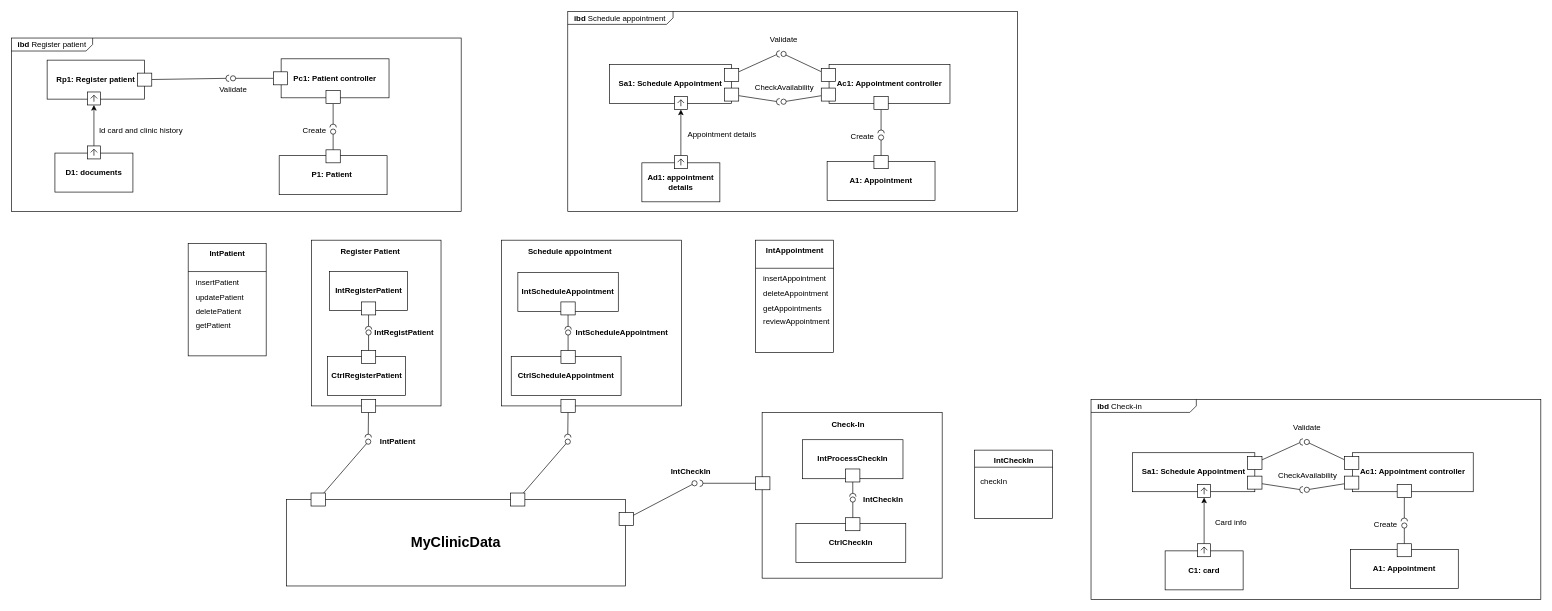
Above: Diagrams/Development/IBD development.drawio in RafaelCMira/myclinic-msp-project (draw.io), before the change. Source tidied: cells renumbered, new cells numbered last; positions are measured from the earlier drawing's top-left corner, leaving out a move shared by most shapes. Both pictures are drawn from the tidied source at 65%, with x=0, y=0 at pixel (11, 11).
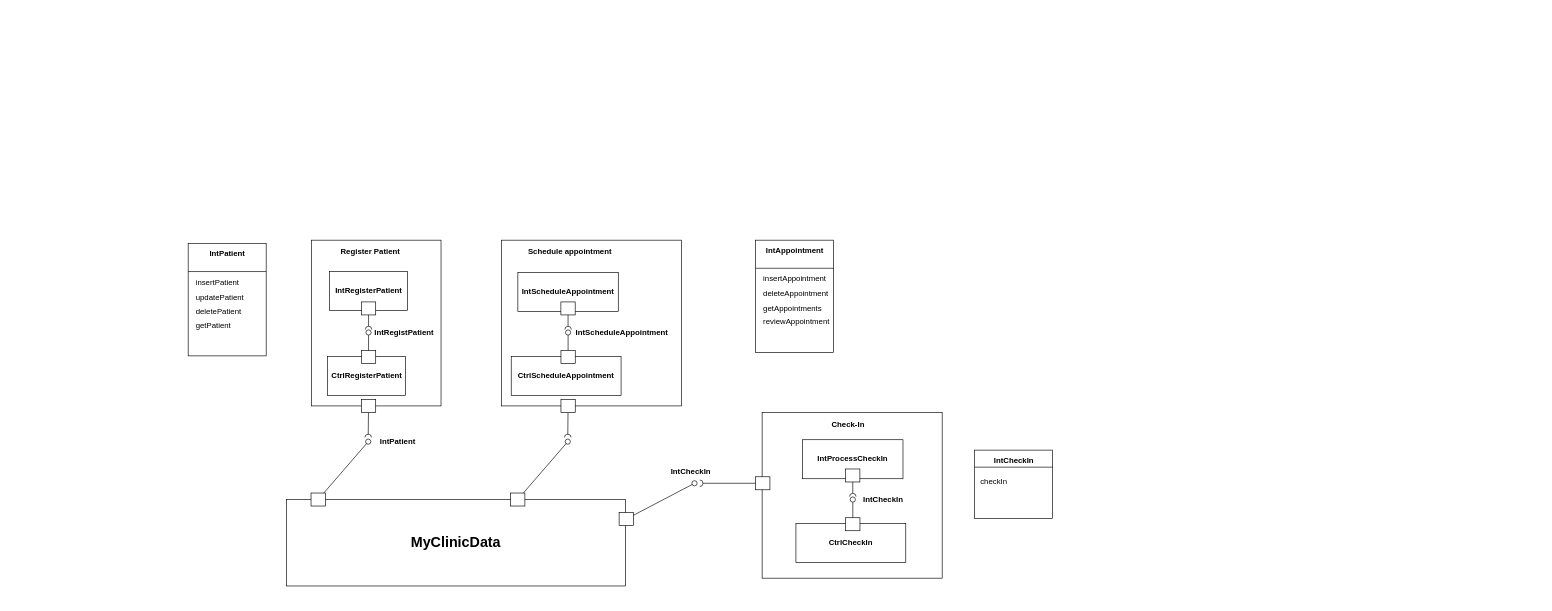
The same page after the edit.

Diff of the diagram source:
```diff
@@
-    <mxCell id="3" value="&lt;p style=&quot;margin:0px;margin-top:4px;margin-left:10px;text-align:left;&quot;&gt;&lt;b&gt;ibd&lt;/b&gt;&amp;nbsp;Schedule appointment&lt;/p&gt;" style="html=1;shape=mxgraph.sysml.package;labelX=162.01;align=left;spacingLeft=10;html=1;overflow=fill;whiteSpace=wrap;" parent="1" vertex="1">
-      <mxGeometry x="856" width="692" height="308" as="geometry" />
-    </mxCell>
-    <mxCell id="4" value="&lt;p style=&quot;margin:0px;margin-top:4px;margin-left:10px;text-align:left;&quot;&gt;&lt;b&gt;ibd&lt;/b&gt;&amp;nbsp;Register patient&lt;/p&gt;" style="html=1;shape=mxgraph.sysml.package;labelX=125.6;align=left;spacingLeft=10;html=1;overflow=fill;whiteSpace=wrap;" parent="1" vertex="1">
-      <mxGeometry y="41" width="692" height="267" as="geometry" />
-    </mxCell>
@@
-    <mxCell id="25" style="rounded=0;jettySize=auto;html=1;" parent="1" edge="1" source="28" target="42">
-      <mxGeometry relative="1" as="geometry" />
-    </mxCell>
-    <mxCell id="26" style="group;" parent="1" vertex="1">
-      <mxGeometry x="67" y="207" width="120" height="71" as="geometry" />
-    </mxCell>
-    <mxCell id="27" value="&lt;b&gt;D1: documents&lt;/b&gt;" style="rounded=0;whiteSpace=wrap;html=1;fillColor=none;" parent="26" vertex="1">
-      <mxGeometry y="11" width="120" height="60" as="geometry" />
-    </mxCell>
-    <mxCell id="28" style="html=1;shape=mxgraph.sysml.port;sysMLPortType=flowN;" parent="26" vertex="1">
-      <mxGeometry x="50" width="20" height="20" as="geometry" />
-    </mxCell>
-    <mxCell id="29" value="Id card and clinic history" style="text;html=1;align=center;verticalAlign=middle;strokeColor=none;fillColor=none;" parent="1" vertex="1">
-      <mxGeometry x="125" y="171" width="147" height="26" as="geometry" />
-    </mxCell>
-    <mxCell id="30" style="endArrow=none;html=1;rounded=0;align=center;verticalAlign=top;endFill=0;labelBackgroundColor=none;endSize=2;" parent="1" edge="1" source="46" target="31">
-      <mxGeometry relative="1" as="geometry" />
-    </mxCell>
-    <mxCell id="31" style="ellipse;html=1;fontSize=11;align=center;fillColor=none;points=[];verticalAlign=bottom;labelPosition=center;verticalLabelPosition=top;flipH=1;" parent="1" vertex="1">
-      <mxGeometry x="337" y="99" width="8" height="8" as="geometry" />
-    </mxCell>
-    <mxCell id="32" style="endArrow=none;html=1;rounded=0;align=center;verticalAlign=top;endFill=0;labelBackgroundColor=none;endSize=2;" parent="1" edge="1" source="43" target="33">
-      <mxGeometry relative="1" as="geometry" />
-    </mxCell>
-    <mxCell id="33" style="shape=requiredInterface;html=1;fontSize=11;align=center;fillColor=none;points=[];verticalAlign=bottom;labelPosition=center;verticalLabelPosition=top;flipH=1;rotation=0;" parent="1" vertex="1">
-      <mxGeometry x="330" y="98" width="5" height="10" as="geometry" />
-    </mxCell>
-    <mxCell id="34" value="Validate" style="text;html=1;align=center;verticalAlign=middle;strokeColor=none;fillColor=none;" parent="1" vertex="1">
-      <mxGeometry x="311" y="107" width="60" height="26" as="geometry" />
-    </mxCell>
-    <mxCell id="35" style="endArrow=none;html=1;rounded=0;align=center;verticalAlign=top;endFill=0;labelBackgroundColor=none;endSize=2;" parent="1" edge="1" source="50" target="36">
-      <mxGeometry relative="1" as="geometry" />
-    </mxCell>
-    <mxCell id="36" style="ellipse;html=1;fontSize=11;align=center;fillColor=none;points=[];verticalAlign=bottom;labelPosition=center;verticalLabelPosition=top;flipH=1;" parent="1" vertex="1">
-      <mxGeometry x="491" y="181" width="8" height="8" as="geometry" />
-    </mxCell>
-    <mxCell id="37" style="endArrow=none;html=1;rounded=0;align=center;verticalAlign=top;endFill=0;labelBackgroundColor=none;endSize=2;" parent="1" edge="1" source="47" target="38">
-      <mxGeometry relative="1" as="geometry" />
-    </mxCell>
-    <mxCell id="38" style="shape=requiredInterface;html=1;fontSize=11;align=center;fillColor=none;points=[];verticalAlign=bottom;labelPosition=center;verticalLabelPosition=top;flipH=1;rotation=90;" parent="1" vertex="1">
-      <mxGeometry x="492.5" y="171" width="5" height="10" as="geometry" />
-    </mxCell>
-    <mxCell id="39" value="Create" style="text;html=1;align=center;verticalAlign=middle;strokeColor=none;fillColor=none;" parent="1" vertex="1">
-      <mxGeometry x="438.5" y="171" width="54" height="26" as="geometry" />
-    </mxCell>
-    <mxCell id="40" style="group;" parent="1" vertex="1">
-      <mxGeometry x="55" y="75" width="161" height="69" as="geometry" />
-    </mxCell>
-    <mxCell id="41" value="&lt;b&gt;Rp1: Register patient&lt;/b&gt;" style="rounded=0;whiteSpace=wrap;html=1;fillColor=none;" parent="40" vertex="1">
-      <mxGeometry width="150" height="60" as="geometry" />
-    </mxCell>
-    <mxCell id="42" style="html=1;shape=mxgraph.sysml.port;sysMLPortType=flowN;" parent="40" vertex="1">
-      <mxGeometry x="62" y="49" width="20" height="20" as="geometry" />
-    </mxCell>
-    <mxCell id="43" style="html=1;rounded=0;" parent="40" vertex="1">
-      <mxGeometry x="139" y="20" width="22" height="20" as="geometry" />
-    </mxCell>
-    <mxCell id="44" style="group;" parent="1" vertex="1">
-      <mxGeometry x="403" y="73" width="178" height="69" as="geometry" />
-    </mxCell>
-    <mxCell id="45" value="&lt;b&gt;Pc1: Patient controller&lt;/b&gt;" style="rounded=0;whiteSpace=wrap;html=1;fillColor=none;" parent="44" vertex="1">
-      <mxGeometry x="12" width="166" height="60" as="geometry" />
-    </mxCell>
-    <mxCell id="46" style="html=1;rounded=0;fillColor=default;" parent="44" vertex="1">
-      <mxGeometry y="20" width="22" height="20" as="geometry" />
-    </mxCell>
-    <mxCell id="47" style="html=1;rounded=0;" parent="44" vertex="1">
-      <mxGeometry x="81" y="49" width="22" height="20" as="geometry" />
-    </mxCell>
-    <mxCell id="48" style="group;" parent="1" vertex="1">
-      <mxGeometry x="412" y="213" width="166" height="69" as="geometry" />
-    </mxCell>
-    <mxCell id="49" value="&lt;b&gt;P1: Patient&amp;nbsp;&lt;/b&gt;" style="rounded=0;whiteSpace=wrap;html=1;fillColor=none;" parent="48" vertex="1">
-      <mxGeometry y="9" width="166" height="60" as="geometry" />
-    </mxCell>
-    <mxCell id="50" style="html=1;rounded=0;fillColor=default;" parent="48" vertex="1">
-      <mxGeometry x="72" width="22" height="20" as="geometry" />
-    </mxCell>
@@
-    <mxCell id="76" style="rounded=0;jettySize=auto;html=1;" parent="1" edge="1" source="79" target="95">
-      <mxGeometry relative="1" as="geometry" />
-    </mxCell>
-    <mxCell id="77" style="group;" parent="1" vertex="1">
-      <mxGeometry x="970" y="222" width="120" height="71" as="geometry" />
-    </mxCell>
-    <mxCell id="78" value="&lt;b&gt;Ad1: appointment details&lt;/b&gt;" style="rounded=0;whiteSpace=wrap;html=1;fillColor=none;" parent="77" vertex="1">
-      <mxGeometry y="11" width="120" height="60" as="geometry" />
-    </mxCell>
-    <mxCell id="79" style="html=1;shape=mxgraph.sysml.port;sysMLPortType=flowN;" parent="77" vertex="1">
-      <mxGeometry x="50" width="20" height="20" as="geometry" />
-    </mxCell>
-    <mxCell id="80" value="Appointment details" style="text;html=1;align=center;verticalAlign=middle;strokeColor=none;fillColor=none;" parent="1" vertex="1">
-      <mxGeometry x="1031" y="177" width="123" height="26" as="geometry" />
-    </mxCell>
-    <mxCell id="81" style="endArrow=none;html=1;rounded=0;align=center;verticalAlign=top;endFill=0;labelBackgroundColor=none;endSize=2;" parent="1" edge="1" source="98" target="82">
-      <mxGeometry relative="1" as="geometry" />
-    </mxCell>
-    <mxCell id="82" style="ellipse;html=1;fontSize=11;align=center;fillColor=none;points=[];verticalAlign=bottom;labelPosition=center;verticalLabelPosition=top;flipH=1;" parent="1" vertex="1">
-      <mxGeometry x="1184" y="61.5" width="8" height="8" as="geometry" />
-    </mxCell>
-    <mxCell id="83" style="endArrow=none;html=1;rounded=0;align=center;verticalAlign=top;endFill=0;labelBackgroundColor=none;endSize=2;" parent="1" edge="1" source="96" target="84">
-      <mxGeometry relative="1" as="geometry" />
-    </mxCell>
-    <mxCell id="84" style="shape=requiredInterface;html=1;fontSize=11;align=center;fillColor=none;points=[];verticalAlign=bottom;labelPosition=center;verticalLabelPosition=top;flipH=1;rotation=0;" parent="1" vertex="1">
-      <mxGeometry x="1177" y="60.5" width="5" height="10" as="geometry" />
-    </mxCell>
-    <mxCell id="85" value="Validate" style="text;html=1;align=center;verticalAlign=middle;strokeColor=none;fillColor=none;" parent="1" vertex="1">
-      <mxGeometry x="1158" y="30" width="60" height="26" as="geometry" />
-    </mxCell>
-    <mxCell id="86" style="endArrow=none;html=1;rounded=0;align=center;verticalAlign=top;endFill=0;labelBackgroundColor=none;endSize=2;" parent="1" edge="1" source="93" target="87">
-      <mxGeometry relative="1" as="geometry" />
-    </mxCell>
-    <mxCell id="87" style="ellipse;html=1;fontSize=11;align=center;fillColor=none;points=[];verticalAlign=bottom;labelPosition=center;verticalLabelPosition=top;flipH=1;" parent="1" vertex="1">
-      <mxGeometry x="1334" y="190" width="8" height="8" as="geometry" />
-    </mxCell>
-    <mxCell id="88" style="endArrow=none;html=1;rounded=0;align=center;verticalAlign=top;endFill=0;labelBackgroundColor=none;endSize=2;" parent="1" edge="1" source="99" target="89">
-      <mxGeometry relative="1" as="geometry" />
-    </mxCell>
-    <mxCell id="89" style="shape=requiredInterface;html=1;fontSize=11;align=center;fillColor=none;points=[];verticalAlign=bottom;labelPosition=center;verticalLabelPosition=top;flipH=1;rotation=90;" parent="1" vertex="1">
-      <mxGeometry x="1335.5" y="180" width="5" height="10" as="geometry" />
-    </mxCell>
-    <mxCell id="90" value="Create" style="text;html=1;align=center;verticalAlign=middle;strokeColor=none;fillColor=none;" parent="1" vertex="1">
-      <mxGeometry x="1281.5" y="180" width="54" height="26" as="geometry" />
-    </mxCell>
-    <mxCell id="91" style="group;" parent="1" vertex="1">
-      <mxGeometry x="1255" y="222" width="166" height="69" as="geometry" />
-    </mxCell>
-    <mxCell id="92" value="&lt;b&gt;A1: Appointment&lt;/b&gt;" style="rounded=0;whiteSpace=wrap;html=1;fillColor=none;" parent="91" vertex="1">
-      <mxGeometry y="9" width="166" height="60" as="geometry" />
-    </mxCell>
-    <mxCell id="93" style="html=1;rounded=0;fillColor=default;" parent="91" vertex="1">
-      <mxGeometry x="72" width="22" height="20" as="geometry" />
-    </mxCell>
-    <mxCell id="94" value="&lt;b&gt;Sa1: Schedule Appointment&lt;/b&gt;" style="rounded=0;whiteSpace=wrap;html=1;fillColor=none;" parent="1" vertex="1">
-      <mxGeometry x="920" y="82" width="188" height="60" as="geometry" />
-    </mxCell>
-    <mxCell id="95" style="html=1;shape=mxgraph.sysml.port;sysMLPortType=flowN;" parent="1" vertex="1">
-      <mxGeometry x="1020" y="131" width="20" height="20" as="geometry" />
-    </mxCell>
-    <mxCell id="96" style="html=1;rounded=0;" parent="1" vertex="1">
-      <mxGeometry x="1097" y="88" width="22" height="20" as="geometry" />
-    </mxCell>
-    <mxCell id="97" value="&lt;b&gt;Ac1: Appointment controller&lt;/b&gt;" style="rounded=0;whiteSpace=wrap;html=1;fillColor=none;" parent="1" vertex="1">
-      <mxGeometry x="1258" y="82" width="186" height="60" as="geometry" />
-    </mxCell>
-    <mxCell id="98" style="html=1;rounded=0;fillColor=default;" parent="1" vertex="1">
-      <mxGeometry x="1246" y="88" width="22" height="20" as="geometry" />
-    </mxCell>
-    <mxCell id="99" style="html=1;rounded=0;" parent="1" vertex="1">
-      <mxGeometry x="1327" y="131" width="22" height="20" as="geometry" />
-    </mxCell>
-    <mxCell id="100" style="endArrow=none;html=1;rounded=0;align=center;verticalAlign=top;endFill=0;labelBackgroundColor=none;endSize=2;" parent="1" edge="1" source="106" target="101">
-      <mxGeometry relative="1" as="geometry" />
-    </mxCell>
-    <mxCell id="101" style="ellipse;html=1;fontSize=11;align=center;fillColor=none;points=[];verticalAlign=bottom;labelPosition=center;verticalLabelPosition=top;flipH=1;" parent="1" vertex="1">
-      <mxGeometry x="1184" y="135" width="8" height="8" as="geometry" />
-    </mxCell>
-    <mxCell id="102" style="endArrow=none;html=1;rounded=0;align=center;verticalAlign=top;endFill=0;labelBackgroundColor=none;endSize=2;" parent="1" edge="1" source="105" target="103">
-      <mxGeometry relative="1" as="geometry" />
-    </mxCell>
-    <mxCell id="103" style="shape=requiredInterface;html=1;fontSize=11;align=center;fillColor=none;points=[];verticalAlign=bottom;labelPosition=center;verticalLabelPosition=top;flipH=1;rotation=0;" parent="1" vertex="1">
-      <mxGeometry x="1177" y="134" width="5" height="10" as="geometry" />
-    </mxCell>
-    <mxCell id="104" value="CheckAvailability" style="text;html=1;align=center;verticalAlign=middle;strokeColor=none;fillColor=none;" parent="1" vertex="1">
-      <mxGeometry x="1134" y="103.5" width="109" height="26" as="geometry" />
-    </mxCell>
-    <mxCell id="105" style="html=1;rounded=0;" parent="1" vertex="1">
-      <mxGeometry x="1097" y="118" width="22" height="20" as="geometry" />
-    </mxCell>
-    <mxCell id="106" style="html=1;rounded=0;fillColor=default;" parent="1" vertex="1">
-      <mxGeometry x="1246" y="118" width="22" height="20" as="geometry" />
-    </mxCell>
@@
-    <mxCell id="135" value="&lt;p style=&quot;margin:0px;margin-top:4px;margin-left:10px;text-align:left;&quot;&gt;&lt;b&gt;ibd&lt;/b&gt;&amp;nbsp;Check-in&lt;/p&gt;" style="html=1;shape=mxgraph.sysml.package;labelX=162.01;align=left;spacingLeft=10;html=1;overflow=fill;whiteSpace=wrap;" parent="1" vertex="1">
-      <mxGeometry x="1661" y="597" width="692" height="308" as="geometry" />
-    </mxCell>
-    <mxCell id="136" style="rounded=0;jettySize=auto;html=1;" parent="1" edge="1" source="139" target="155">
-      <mxGeometry relative="1" as="geometry" />
-    </mxCell>
-    <mxCell id="137" style="group;" parent="1" vertex="1">
-      <mxGeometry x="1775" y="819" width="120" height="71" as="geometry" />
-    </mxCell>
-    <mxCell id="138" value="&lt;b&gt;C1: card&lt;/b&gt;" style="rounded=0;whiteSpace=wrap;html=1;fillColor=none;" parent="137" vertex="1">
-      <mxGeometry y="11" width="120" height="60" as="geometry" />
-    </mxCell>
-    <mxCell id="139" style="html=1;shape=mxgraph.sysml.port;sysMLPortType=flowN;" parent="137" vertex="1">
-      <mxGeometry x="50" width="20" height="20" as="geometry" />
-    </mxCell>
-    <mxCell id="140" value="Card info" style="text;html=1;align=center;verticalAlign=middle;strokeColor=none;fillColor=none;" parent="1" vertex="1">
-      <mxGeometry x="1842" y="774" width="67" height="26" as="geometry" />
-    </mxCell>
-    <mxCell id="141" style="endArrow=none;html=1;rounded=0;align=center;verticalAlign=top;endFill=0;labelBackgroundColor=none;endSize=2;" parent="1" edge="1" source="158" target="142">
-      <mxGeometry relative="1" as="geometry" />
-    </mxCell>
-    <mxCell id="142" style="ellipse;html=1;fontSize=11;align=center;fillColor=none;points=[];verticalAlign=bottom;labelPosition=center;verticalLabelPosition=top;flipH=1;" parent="1" vertex="1">
-      <mxGeometry x="1989" y="658.5" width="8" height="8" as="geometry" />
-    </mxCell>
-    <mxCell id="143" style="endArrow=none;html=1;rounded=0;align=center;verticalAlign=top;endFill=0;labelBackgroundColor=none;endSize=2;" parent="1" edge="1" source="156" target="144">
-      <mxGeometry relative="1" as="geometry" />
-    </mxCell>
-    <mxCell id="144" style="shape=requiredInterface;html=1;fontSize=11;align=center;fillColor=none;points=[];verticalAlign=bottom;labelPosition=center;verticalLabelPosition=top;flipH=1;rotation=0;" parent="1" vertex="1">
-      <mxGeometry x="1982" y="657.5" width="5" height="10" as="geometry" />
-    </mxCell>
-    <mxCell id="145" value="Validate" style="text;html=1;align=center;verticalAlign=middle;strokeColor=none;fillColor=none;" parent="1" vertex="1">
-      <mxGeometry x="1963" y="627" width="60" height="26" as="geometry" />
-    </mxCell>
-    <mxCell id="146" style="endArrow=none;html=1;rounded=0;align=center;verticalAlign=top;endFill=0;labelBackgroundColor=none;endSize=2;" parent="1" edge="1" source="153" target="147">
-      <mxGeometry relative="1" as="geometry" />
-    </mxCell>
-    <mxCell id="147" style="ellipse;html=1;fontSize=11;align=center;fillColor=none;points=[];verticalAlign=bottom;labelPosition=center;verticalLabelPosition=top;flipH=1;" parent="1" vertex="1">
-      <mxGeometry x="2139" y="787" width="8" height="8" as="geometry" />
-    </mxCell>
-    <mxCell id="148" style="endArrow=none;html=1;rounded=0;align=center;verticalAlign=top;endFill=0;labelBackgroundColor=none;endSize=2;" parent="1" edge="1" source="159" target="149">
-      <mxGeometry relative="1" as="geometry" />
-    </mxCell>
-    <mxCell id="149" style="shape=requiredInterface;html=1;fontSize=11;align=center;fillColor=none;points=[];verticalAlign=bottom;labelPosition=center;verticalLabelPosition=top;flipH=1;rotation=90;" parent="1" vertex="1">
-      <mxGeometry x="2140.5" y="777" width="5" height="10" as="geometry" />
-    </mxCell>
-    <mxCell id="150" value="Create" style="text;html=1;align=center;verticalAlign=middle;strokeColor=none;fillColor=none;" parent="1" vertex="1">
-      <mxGeometry x="2086.5" y="777" width="54" height="26" as="geometry" />
-    </mxCell>
-    <mxCell id="151" style="group;" parent="1" vertex="1">
-      <mxGeometry x="2060" y="819" width="166" height="69" as="geometry" />
-    </mxCell>
-    <mxCell id="152" value="&lt;b&gt;A1: Appointment&lt;/b&gt;" style="rounded=0;whiteSpace=wrap;html=1;fillColor=none;" parent="151" vertex="1">
-      <mxGeometry y="9" width="166" height="60" as="geometry" />
-    </mxCell>
-    <mxCell id="153" style="html=1;rounded=0;fillColor=default;" parent="151" vertex="1">
-      <mxGeometry x="72" width="22" height="20" as="geometry" />
-    </mxCell>
-    <mxCell id="154" value="&lt;b&gt;Sa1: Schedule Appointment&lt;/b&gt;" style="rounded=0;whiteSpace=wrap;html=1;fillColor=none;" parent="1" vertex="1">
-      <mxGeometry x="1725" y="679" width="188" height="60" as="geometry" />
-    </mxCell>
-    <mxCell id="155" style="html=1;shape=mxgraph.sysml.port;sysMLPortType=flowN;" parent="1" vertex="1">
-      <mxGeometry x="1825" y="728" width="20" height="20" as="geometry" />
-    </mxCell>
-    <mxCell id="156" style="html=1;rounded=0;" parent="1" vertex="1">
-      <mxGeometry x="1902" y="685" width="22" height="20" as="geometry" />
-    </mxCell>
-    <mxCell id="157" value="&lt;b&gt;Ac1: Appointment controller&lt;/b&gt;" style="rounded=0;whiteSpace=wrap;html=1;fillColor=none;" parent="1" vertex="1">
-      <mxGeometry x="2063" y="679" width="186" height="60" as="geometry" />
-    </mxCell>
-    <mxCell id="158" style="html=1;rounded=0;fillColor=default;" parent="1" vertex="1">
-      <mxGeometry x="2051" y="685" width="22" height="20" as="geometry" />
-    </mxCell>
-    <mxCell id="159" style="html=1;rounded=0;" parent="1" vertex="1">
-      <mxGeometry x="2132" y="728" width="22" height="20" as="geometry" />
-    </mxCell>
-    <mxCell id="160" style="endArrow=none;html=1;rounded=0;align=center;verticalAlign=top;endFill=0;labelBackgroundColor=none;endSize=2;" parent="1" edge="1" source="166" target="161">
-      <mxGeometry relative="1" as="geometry" />
-    </mxCell>
-    <mxCell id="161" style="ellipse;html=1;fontSize=11;align=center;fillColor=none;points=[];verticalAlign=bottom;labelPosition=center;verticalLabelPosition=top;flipH=1;" parent="1" vertex="1">
-      <mxGeometry x="1989" y="732" width="8" height="8" as="geometry" />
-    </mxCell>
-    <mxCell id="162" style="endArrow=none;html=1;rounded=0;align=center;verticalAlign=top;endFill=0;labelBackgroundColor=none;endSize=2;" parent="1" edge="1" source="165" target="163">
-      <mxGeometry relative="1" as="geometry" />
-    </mxCell>
-    <mxCell id="163" style="shape=requiredInterface;html=1;fontSize=11;align=center;fillColor=none;points=[];verticalAlign=bottom;labelPosition=center;verticalLabelPosition=top;flipH=1;rotation=0;" parent="1" vertex="1">
-      <mxGeometry x="1982" y="731" width="5" height="10" as="geometry" />
-    </mxCell>
-    <mxCell id="164" value="CheckAvailability" style="text;html=1;align=center;verticalAlign=middle;strokeColor=none;fillColor=none;" parent="1" vertex="1">
-      <mxGeometry x="1939" y="700.5" width="109" height="26" as="geometry" />
-    </mxCell>
-    <mxCell id="165" style="html=1;rounded=0;" parent="1" vertex="1">
-      <mxGeometry x="1902" y="715" width="22" height="20" as="geometry" />
-    </mxCell>
-    <mxCell id="166" style="html=1;rounded=0;fillColor=default;" parent="1" vertex="1">
-      <mxGeometry x="2051" y="715" width="22" height="20" as="geometry" />
-    </mxCell>
```
